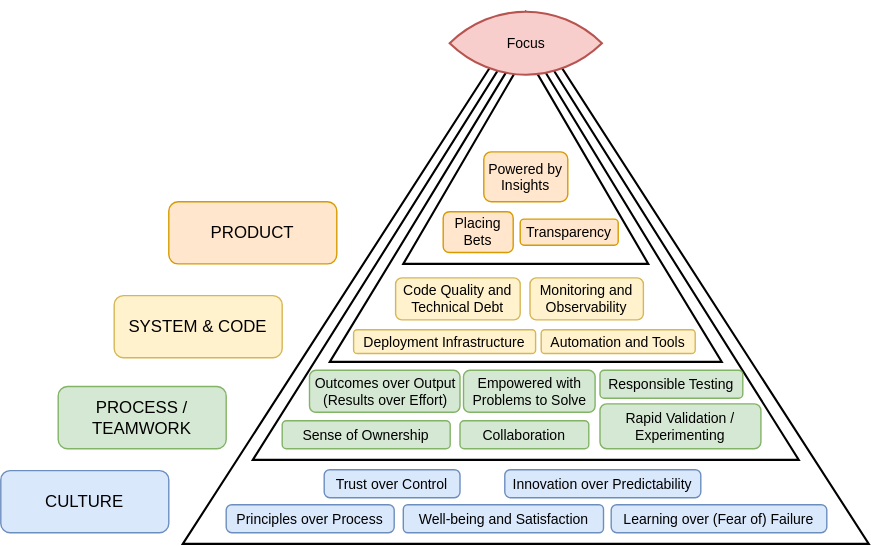
This is _pages/product-principles/product-pyramid.drawio.svg from test-where/test-where.github.io, a draw.io export, as it was before one commit. Source tidied: cells renumbered, new cells last; positions are measured from the earlier drawing's top-left corner, leaving out a move shared by most shapes.
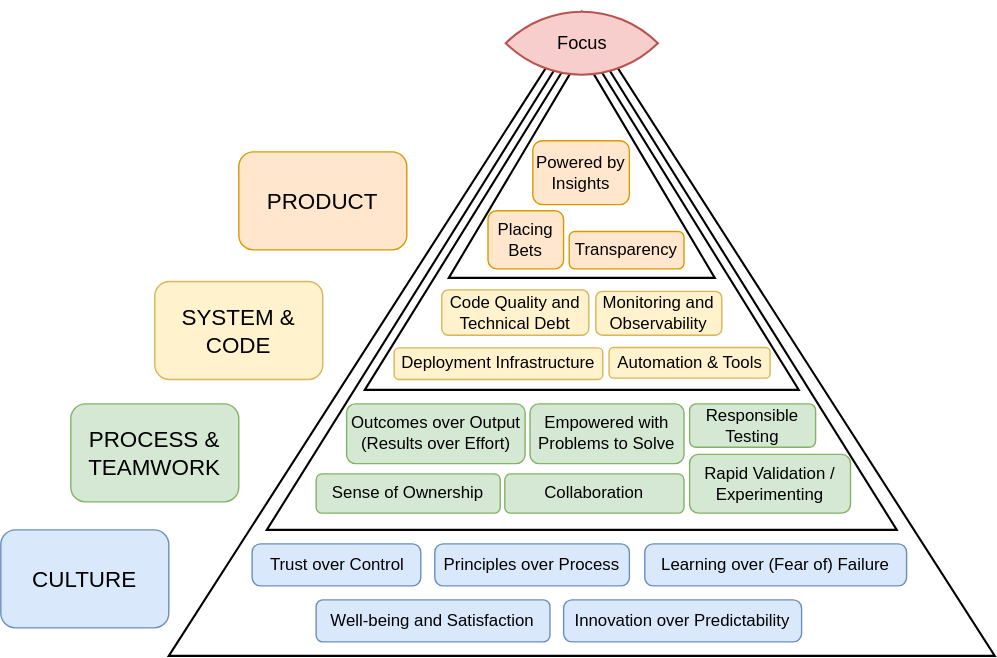
Above is the later version.

Commit message:
Adjust product pyramid

Diff of the diagram source:
```diff
@@ -2,89 +2,86 @@
   <root>
     <mxCell id="0" />
     <mxCell id="1" parent="0" />
-    <mxCell id="2" style="shape=trapezoid;perimeter=trapezoidPerimeter;whiteSpace=wrap;html=1;fixedSize=1;size=270;strokeWidth=1.5;" parent="1" vertex="1">
-      <mxGeometry x="130" y="32" width="490" height="380" as="geometry" />
+    <mxCell id="2" style="shape=trapezoid;perimeter=trapezoidPerimeter;whiteSpace=wrap;html=1;fixedSize=1;size=400;strokeWidth=1.5;fontSize=12;" parent="1" vertex="1">
+      <mxGeometry x="80" y="32" width="590" height="460" as="geometry" />
     </mxCell>
-    <mxCell id="3" style="shape=trapezoid;perimeter=trapezoidPerimeter;whiteSpace=wrap;html=1;fixedSize=1;size=200;strokeWidth=1.5;" parent="1" vertex="1">
-      <mxGeometry x="180" y="42" width="390" height="310" as="geometry" />
+    <mxCell id="3" style="shape=trapezoid;perimeter=trapezoidPerimeter;whiteSpace=wrap;html=1;fixedSize=1;size=330;strokeWidth=1.5;fontSize=12;" parent="1" vertex="1">
+      <mxGeometry x="150" y="42" width="450" height="360" as="geometry" />
     </mxCell>
-    <mxCell id="4" style="shape=trapezoid;perimeter=trapezoidPerimeter;whiteSpace=wrap;html=1;fixedSize=1;size=230;strokeWidth=1.5;" parent="1" vertex="1">
-      <mxGeometry x="235" y="52" width="280" height="230" as="geometry" />
+    <mxCell id="4" style="shape=trapezoid;perimeter=trapezoidPerimeter;whiteSpace=wrap;html=1;fixedSize=1;size=230;strokeWidth=1.5;fontSize=12;" parent="1" vertex="1">
+      <mxGeometry x="220" y="52" width="310" height="250" as="geometry" />
     </mxCell>
-    <mxCell id="5" value="Code Quality and Technical Debt" style="rounded=1;whiteSpace=wrap;html=1;fontSize=10;strokeWidth=1;fillColor=#fff2cc;strokeColor=#d6b656;" parent="1" vertex="1">
-      <mxGeometry x="282" y="222" width="89" height="30" as="geometry" />
+    <mxCell id="5" value="Code Quality and Technical Debt" style="rounded=1;whiteSpace=wrap;html=1;fontSize=12;strokeWidth=1;fillColor=#fff2cc;strokeColor=#d6b656;" parent="1" vertex="1">
+      <mxGeometry x="275" y="230.5" width="105" height="32.5" as="geometry" />
     </mxCell>
-    <mxCell id="6" value="Automation and Tools" style="rounded=1;whiteSpace=wrap;html=1;fontSize=10;strokeWidth=1;fillColor=#fff2cc;strokeColor=#d6b656;" parent="1" vertex="1">
-      <mxGeometry x="386" y="259" width="110" height="17" as="geometry" />
+    <mxCell id="6" value="Automation &amp;amp; Tools" style="rounded=1;whiteSpace=wrap;html=1;fontSize=12;strokeWidth=1;fillColor=#fff2cc;strokeColor=#d6b656;" parent="1" vertex="1">
+      <mxGeometry x="394.5" y="271.7" width="115" height="21.9" as="geometry" />
     </mxCell>
-    <mxCell id="7" value="Deployment Infrastructure" style="rounded=1;whiteSpace=wrap;html=1;fontSize=10;strokeWidth=1;fillColor=#fff2cc;strokeColor=#d6b656;" parent="1" vertex="1">
-      <mxGeometry x="252" y="259" width="130" height="17" as="geometry" />
+    <mxCell id="7" value="Deployment Infrastructure" style="rounded=1;whiteSpace=wrap;html=1;fontSize=12;strokeWidth=1;fillColor=#fff2cc;strokeColor=#d6b656;" parent="1" vertex="1">
+      <mxGeometry x="241" y="272" width="149" height="22.6" as="geometry" />
     </mxCell>
-    <mxCell id="8" value="Monitoring and Observability" style="rounded=1;whiteSpace=wrap;html=1;fontSize=10;strokeWidth=1;fillColor=#fff2cc;strokeColor=#d6b656;" parent="1" vertex="1">
-      <mxGeometry x="378" y="222" width="81" height="30" as="geometry" />
+    <mxCell id="8" value="Monitoring and Observability" style="rounded=1;whiteSpace=wrap;html=1;fontSize=12;strokeWidth=1;fillColor=#fff2cc;strokeColor=#d6b656;" parent="1" vertex="1">
+      <mxGeometry x="385" y="231.6" width="90" height="31.4" as="geometry" />
     </mxCell>
-    <mxCell id="9" value="&lt;div style=&quot;font-size: 10px;&quot;&gt;&lt;span style=&quot;font-size: 10px;&quot;&gt;&lt;span style=&quot;background-color: initial; font-size: 10px;&quot;&gt;Responsible Testing&lt;/span&gt;&lt;/span&gt;&lt;/div&gt;" style="rounded=1;whiteSpace=wrap;html=1;fontSize=10;fontStyle=0;strokeWidth=1;fillColor=#d5e8d4;strokeColor=#82b366;" parent="1" vertex="1">
-      <mxGeometry x="428" y="288" width="102" height="20" as="geometry" />
+    <mxCell id="9" value="&lt;div style=&quot;font-size: 12px;&quot;&gt;&lt;span style=&quot;font-size: 12px;&quot;&gt;&lt;span style=&quot;background-color: initial; font-size: 12px;&quot;&gt;Responsible Testing&lt;/span&gt;&lt;/span&gt;&lt;/div&gt;" style="rounded=1;whiteSpace=wrap;html=1;fontSize=12;fontStyle=0;strokeWidth=1;fillColor=#d5e8d4;strokeColor=#82b366;" parent="1" vertex="1">
+      <mxGeometry x="452" y="312" width="90" height="31" as="geometry" />
     </mxCell>
-    <mxCell id="10" value="&lt;span style=&quot;font-size: 10px;&quot;&gt;Empowered with Problems to Solve&lt;/span&gt;" style="rounded=1;whiteSpace=wrap;html=1;fontSize=10;fontStyle=0;strokeWidth=1;fillColor=#d5e8d4;strokeColor=#82b366;" parent="1" vertex="1">
-      <mxGeometry x="330.5" y="288" width="94" height="30" as="geometry" />
-    </mxCell>
-    <mxCell id="11" value="&lt;span style=&quot;font-size: 10px;&quot;&gt;Outcomes over Output&lt;br style=&quot;font-size: 10px;&quot;&gt;(Results over Effort)&lt;/span&gt;" style="rounded=1;whiteSpace=wrap;html=1;fontSize=10;fontStyle=0;strokeWidth=1;fillColor=#d5e8d4;strokeColor=#82b366;" parent="1" vertex="1">
-      <mxGeometry x="220.5" y="288" width="107.5" height="30" as="geometry" />
-    </mxCell>
-    <mxCell id="12" value="Sense of Ownership" style="rounded=1;whiteSpace=wrap;html=1;fontStyle=0;fontSize=10;strokeWidth=1;fillColor=#d5e8d4;strokeColor=#82b366;" parent="1" vertex="1">
-      <mxGeometry x="201" y="324" width="120" height="20" as="geometry" />
-    </mxCell>
-    <mxCell id="13" value="&lt;span style=&quot;font-size: 10px;&quot;&gt;Collaboration&lt;/span&gt;" style="rounded=1;whiteSpace=wrap;html=1;fontSize=10;fontStyle=0;strokeWidth=1;fillColor=#d5e8d4;strokeColor=#82b366;" parent="1" vertex="1">
-      <mxGeometry x="328" y="324" width="92" height="20" as="geometry" />
-    </mxCell>
-    <mxCell id="14" value="&lt;span style=&quot;font-size: 10px;&quot;&gt;Rapid Validation / Experimenting&lt;/span&gt;" style="rounded=1;whiteSpace=wrap;html=1;fontSize=10;fontStyle=0;strokeWidth=1;fillColor=#d5e8d4;strokeColor=#82b366;" parent="1" vertex="1">
-      <mxGeometry x="428" y="312" width="114.9" height="32" as="geometry" />
+    <mxCell id="14" value="&lt;span style=&quot;font-size: 12px;&quot;&gt;Rapid Validation / Experimenting&lt;/span&gt;" style="rounded=1;whiteSpace=wrap;html=1;fontSize=12;fontStyle=0;strokeWidth=1;fillColor=#d5e8d4;strokeColor=#82b366;" parent="1" vertex="1">
+      <mxGeometry x="452" y="348" width="114.9" height="42" as="geometry" />
     </mxCell>
-    <mxCell id="15" value="&lt;span style=&quot;font-size: 10px;&quot;&gt;Trust over Control&lt;/span&gt;" style="rounded=1;whiteSpace=wrap;html=1;arcSize=20;fontSize=10;fontStyle=0;strokeWidth=1;fillColor=#dae8fc;strokeColor=#6c8ebf;" parent="1" vertex="1">
-      <mxGeometry x="231" y="359" width="97" height="20" as="geometry" />
+    <mxCell id="15" value="&lt;span style=&quot;font-size: 12px;&quot;&gt;Trust over Control&lt;/span&gt;" style="rounded=1;whiteSpace=wrap;html=1;arcSize=20;fontSize=12;fontStyle=0;strokeWidth=1;fillColor=#dae8fc;strokeColor=#6c8ebf;" parent="1" vertex="1">
+      <mxGeometry x="139.5" y="412" width="120.5" height="30" as="geometry" />
     </mxCell>
-    <mxCell id="16" value="&lt;span style=&quot;font-size: 10px;&quot;&gt;Innovation over Predictability&lt;/span&gt;" style="rounded=1;whiteSpace=wrap;html=1;arcSize=20;fontSize=10;fontStyle=0;strokeWidth=1;fillColor=#dae8fc;strokeColor=#6c8ebf;" parent="1" vertex="1">
-      <mxGeometry x="360" y="359" width="140" height="20" as="geometry" />
+    <mxCell id="16" value="&lt;span style=&quot;font-size: 12px;&quot;&gt;Innovation over Predictability&lt;/span&gt;" style="rounded=1;whiteSpace=wrap;html=1;arcSize=20;fontSize=12;fontStyle=0;strokeWidth=1;fillColor=#dae8fc;strokeColor=#6c8ebf;" parent="1" vertex="1">
+      <mxGeometry x="362" y="452" width="170" height="30" as="geometry" />
     </mxCell>
-    <mxCell id="17" value="&lt;span style=&quot;font-size: 10px;&quot;&gt;Learning over (Fear of) Failure&lt;/span&gt;" style="rounded=1;whiteSpace=wrap;html=1;arcSize=20;fontSize=10;fontStyle=0;strokeWidth=1;fillColor=#dae8fc;strokeColor=#6c8ebf;" parent="1" vertex="1">
-      <mxGeometry x="436" y="384" width="154" height="20" as="geometry" />
+    <mxCell id="17" value="&lt;span style=&quot;font-size: 12px;&quot;&gt;Learning over (Fear of) Failure&lt;/span&gt;" style="rounded=1;whiteSpace=wrap;html=1;arcSize=20;fontSize=12;fontStyle=0;strokeWidth=1;fillColor=#dae8fc;strokeColor=#6c8ebf;" parent="1" vertex="1">
+      <mxGeometry x="420" y="412" width="187" height="30" as="geometry" />
     </mxCell>
-    <mxCell id="18" value="&lt;span style=&quot;font-size: 10px;&quot;&gt;Principles over Process&lt;/span&gt;" style="rounded=1;whiteSpace=wrap;html=1;arcSize=20;fontSize=10;fontStyle=0;strokeWidth=1;fillColor=#dae8fc;strokeColor=#6c8ebf;" parent="1" vertex="1">
-      <mxGeometry x="161" y="384" width="120" height="20" as="geometry" />
+    <mxCell id="18" value="&lt;span style=&quot;font-size: 12px;&quot;&gt;Principles over Process&lt;/span&gt;" style="rounded=1;whiteSpace=wrap;html=1;arcSize=20;fontSize=12;fontStyle=0;strokeWidth=1;fillColor=#dae8fc;strokeColor=#6c8ebf;" parent="1" vertex="1">
+      <mxGeometry x="270" y="412" width="139" height="30" as="geometry" />
     </mxCell>
-    <mxCell id="19" value="&lt;div style=&quot;font-size: 10px;&quot;&gt;&lt;span style=&quot;font-size: 10px;&quot;&gt;Well-being and Satisfaction&lt;/span&gt;&lt;/div&gt;" style="rounded=1;whiteSpace=wrap;html=1;arcSize=16;fontSize=10;fontStyle=0;strokeWidth=1;fillColor=#dae8fc;strokeColor=#6c8ebf;" parent="1" vertex="1">
-      <mxGeometry x="287.5" y="384" width="143" height="20" as="geometry" />
+    <mxCell id="19" value="&lt;div style=&quot;font-size: 12px;&quot;&gt;&lt;span style=&quot;font-size: 12px;&quot;&gt;Well-being and Satisfaction&lt;/span&gt;&lt;/div&gt;" style="rounded=1;whiteSpace=wrap;html=1;arcSize=16;fontSize=12;fontStyle=0;strokeWidth=1;fillColor=#dae8fc;strokeColor=#6c8ebf;" parent="1" vertex="1">
+      <mxGeometry x="185.2" y="452" width="167" height="30" as="geometry" />
     </mxCell>
-    <mxCell id="20" style="group;" parent="1" vertex="1">
-      <mxGeometry x="287.5" y="24.4" width="175" height="187.6" as="geometry" />
-    </mxCell>
+    <mxCell id="29" value="CULTURE" style="rounded=1;whiteSpace=wrap;html=1;rotation=0;fillColor=#dae8fc;strokeColor=#6c8ebf;fontSize=16;" parent="1" vertex="1">
+      <mxGeometry x="-40" y="402" width="120" height="70" as="geometry" />
+    </mxCell>
-    <mxCell id="21" style="shape=trapezoid;perimeter=trapezoidPerimeter;whiteSpace=wrap;html=1;fixedSize=1;size=230;strokeWidth=1.5;" parent="20" vertex="1">
-      <mxGeometry y="37.6" width="175" height="150" as="geometry" />
+    <mxCell id="21" style="shape=trapezoid;perimeter=trapezoidPerimeter;whiteSpace=wrap;html=1;fixedSize=1;size=230;strokeWidth=1.5;fontSize=12;" parent="1" vertex="1">
+      <mxGeometry x="280" y="62" width="190" height="160" as="geometry" />
     </mxCell>
-    <mxCell id="22" value="Transparency" style="rounded=1;whiteSpace=wrap;html=1;fontSize=10;strokeWidth=1;fillColor=#ffe6cc;strokeColor=#d79b00;" parent="20" vertex="1">
-      <mxGeometry x="83.5" y="155.6" width="70" height="18.6" as="geometry" />
+    <mxCell id="22" value="Transparency" style="rounded=1;whiteSpace=wrap;html=1;fontSize=12;strokeWidth=1;fillColor=#ffe6cc;strokeColor=#d79b00;" parent="1" vertex="1">
+      <mxGeometry x="366" y="188.9" width="82" height="26.6" as="geometry" />
     </mxCell>
-    <mxCell id="23" value="Powered by Insights" style="rounded=1;whiteSpace=wrap;html=1;fontSize=10;strokeWidth=1;fillColor=#ffe6cc;strokeColor=#d79b00;" parent="20" vertex="1">
-      <mxGeometry x="57.5" y="107.6" width="60" height="35.6" as="geometry" />
+    <mxCell id="23" value="Powered by Insights" style="rounded=1;whiteSpace=wrap;html=1;fontSize=12;strokeWidth=1;fillColor=#ffe6cc;strokeColor=#d79b00;" parent="1" vertex="1">
+      <mxGeometry x="340" y="124" width="69" height="45.6" as="geometry" />
     </mxCell>
-    <mxCell id="24" value="Placing Bets" style="rounded=1;whiteSpace=wrap;html=1;fontSize=10;strokeWidth=1;fillColor=#ffe6cc;strokeColor=#d79b00;" parent="20" vertex="1">
-      <mxGeometry x="28.5" y="150.4" width="50" height="29.1" as="geometry" />
+    <mxCell id="24" value="Placing Bets" style="rounded=1;whiteSpace=wrap;html=1;fontSize=12;strokeWidth=1;fillColor=#ffe6cc;strokeColor=#d79b00;" parent="1" vertex="1">
+      <mxGeometry x="308" y="174" width="54" height="41.5" as="geometry" />
     </mxCell>
-    <mxCell id="25" value="Focus" style="whiteSpace=wrap;html=1;shape=mxgraph.basic.pointed_oval;rotation=90;horizontal=0;fontSize=10;strokeWidth=1.5;fillColor=#f8cecc;strokeColor=#b85450;" parent="20" vertex="1">
-      <mxGeometry x="57.5" y="-24.4" width="60" height="108.8" as="geometry" />
+    <mxCell id="25" value="Focus" style="whiteSpace=wrap;html=1;shape=mxgraph.basic.pointed_oval;rotation=90;horizontal=0;fontSize=13;strokeWidth=1.5;fillColor=#f8cecc;strokeColor=#b85450;" parent="1" vertex="1">
+      <mxGeometry x="345" width="60" height="108.8" as="geometry" />
     </mxCell>
+    <mxCell id="10" value="&lt;span style=&quot;font-size: 12px;&quot;&gt;Empowered with Problems to Solve&lt;/span&gt;" style="rounded=1;whiteSpace=wrap;html=1;fontSize=12;fontStyle=0;strokeWidth=1;fillColor=#d5e8d4;strokeColor=#82b366;" parent="1" vertex="1">
+      <mxGeometry x="338" y="312" width="110" height="42.6" as="geometry" />
+    </mxCell>
+    <mxCell id="11" value="&lt;span style=&quot;font-size: 12px;&quot;&gt;Outcomes over Output&lt;br style=&quot;font-size: 12px;&quot;&gt;(Results over Effort)&lt;/span&gt;" style="rounded=1;whiteSpace=wrap;html=1;fontSize=12;fontStyle=0;strokeWidth=1;fillColor=#d5e8d4;strokeColor=#82b366;" parent="1" vertex="1">
+      <mxGeometry x="207" y="312" width="127.5" height="42.6" as="geometry" />
+    </mxCell>
+    <mxCell id="12" value="Sense of Ownership" style="rounded=1;whiteSpace=wrap;html=1;fontStyle=0;fontSize=12;strokeWidth=1;fillColor=#d5e8d4;strokeColor=#82b366;" parent="1" vertex="1">
+      <mxGeometry x="185.2" y="362" width="131.5" height="28" as="geometry" />
+    </mxCell>
+    <mxCell id="13" value="Collaboration" style="rounded=1;whiteSpace=wrap;html=1;fontStyle=0;fontSize=12;strokeWidth=1;fillColor=#d5e8d4;strokeColor=#82b366;" parent="1" vertex="1">
+      <mxGeometry x="320" y="362" width="128" height="28" as="geometry" />
+    </mxCell>
+    <mxCell id="30" value="PROCESS &amp;amp; TEAMWORK" style="rounded=1;whiteSpace=wrap;html=1;rotation=0;fillColor=#d5e8d4;strokeColor=#82b366;fontSize=16;" parent="1" vertex="1">
+      <mxGeometry x="10" y="312" width="120" height="70" as="geometry" />
+    </mxCell>
+    <mxCell id="27" value="SYSTEM &amp;amp; CODE" style="rounded=1;whiteSpace=wrap;html=1;rotation=0;fillColor=#fff2cc;strokeColor=#d6b656;fontSize=16;" parent="1" vertex="1">
+      <mxGeometry x="70" y="224.6" width="120" height="70" as="geometry" />
+    </mxCell>
-    <mxCell id="26" value="PRODUCT" style="rounded=1;whiteSpace=wrap;html=1;rotation=0;fillColor=#ffe6cc;strokeColor=#d79b00;" parent="1" vertex="1">
-      <mxGeometry x="120" y="167.6" width="120" height="44.4" as="geometry" />
+    <mxCell id="26" value="PRODUCT" style="rounded=1;whiteSpace=wrap;html=1;rotation=0;fillColor=#ffe6cc;strokeColor=#d79b00;fontSize=16;" parent="1" vertex="1">
+      <mxGeometry x="130" y="132" width="120" height="70" as="geometry" />
     </mxCell>
-    <mxCell id="27" value="SYSTEM &amp;amp; CODE" style="rounded=1;whiteSpace=wrap;html=1;rotation=0;fillColor=#fff2cc;strokeColor=#d6b656;" parent="1" vertex="1">
-      <mxGeometry x="81" y="234.6" width="120" height="44.4" as="geometry" />
-    </mxCell>
-    <mxCell id="28" value="PROCESS / TEAMWORK" style="rounded=1;whiteSpace=wrap;html=1;rotation=0;fillColor=#d5e8d4;strokeColor=#82b366;" parent="1" vertex="1">
-      <mxGeometry x="41" y="299.6" width="120" height="44.4" as="geometry" />
-    </mxCell>
-    <mxCell id="29" value="CULTURE" style="rounded=1;whiteSpace=wrap;html=1;rotation=0;fillColor=#dae8fc;strokeColor=#6c8ebf;" parent="1" vertex="1">
-      <mxGeometry y="359.6" width="120" height="44.4" as="geometry" />
-    </mxCell>
   </root>
 </mxGraphModel>
```
